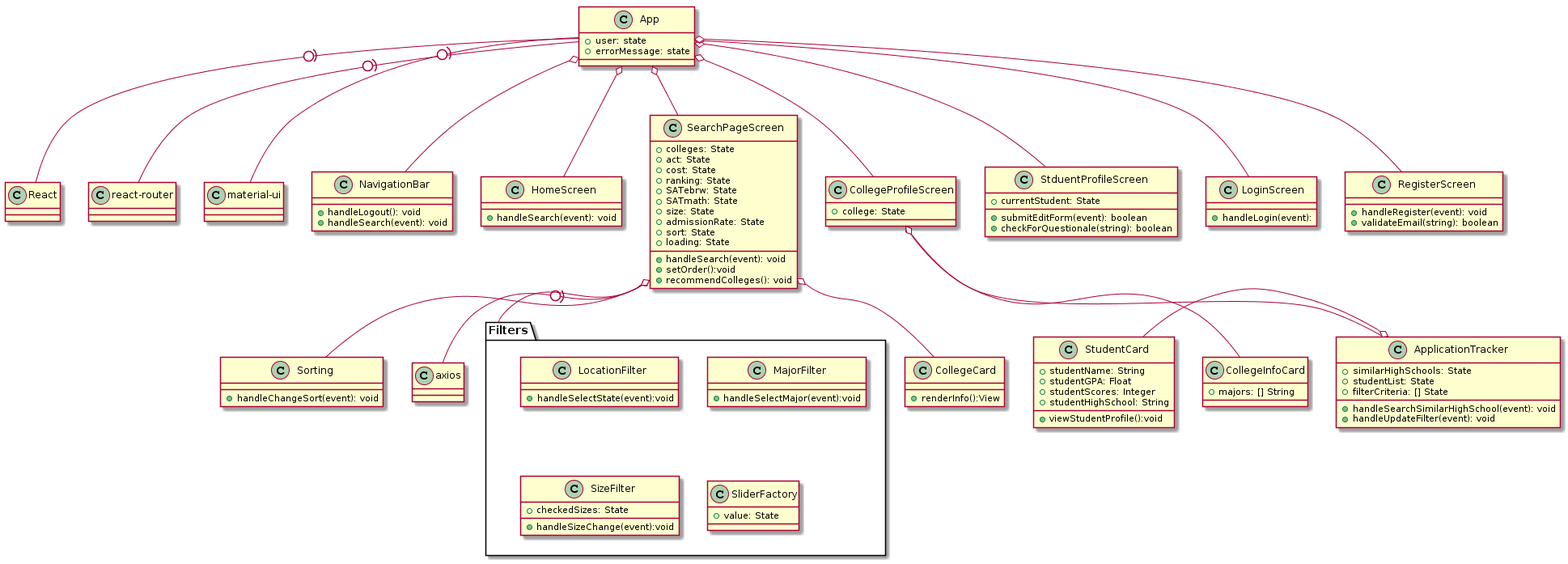
The PlantUML diagram design/fronend_class.png in Omarfos/CSE416, before a commit.
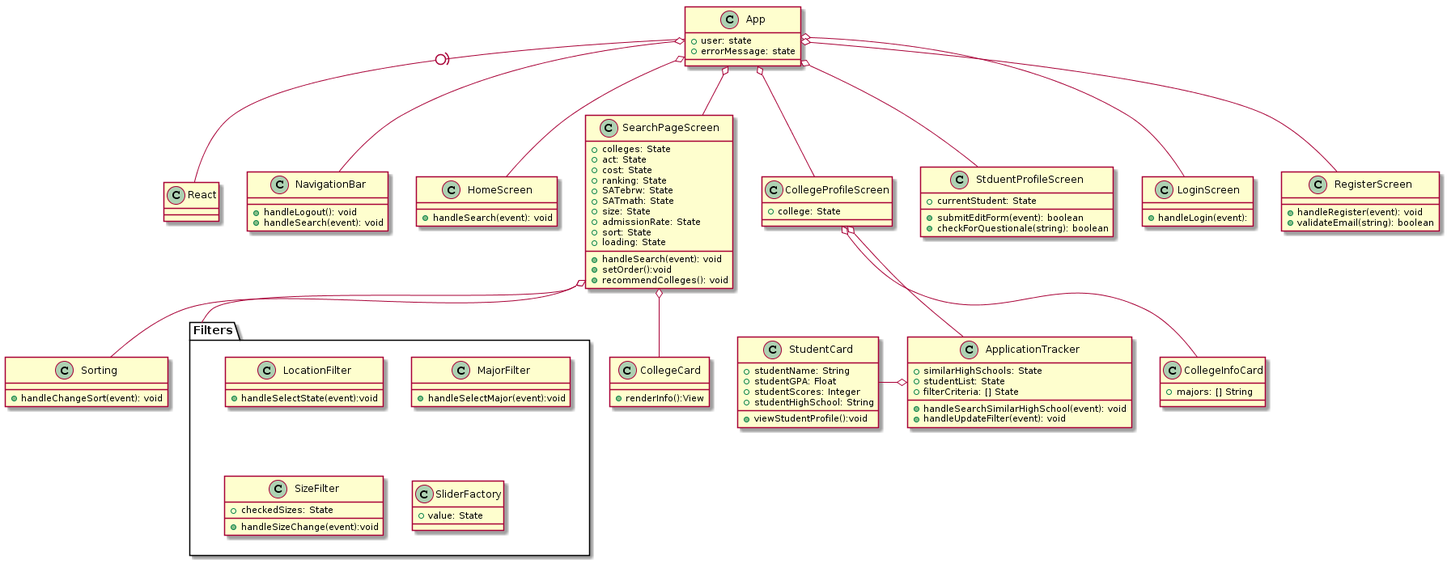
Above is the later version.

Commit message:
frontend class diagram

Diff of the diagram source:
```diff
@@ -7,8 +7,6 @@
 class "React"{
 }
 App -(0- "React"
-App -(0- "react-router"
-App -(0- "material-ui"
 
 
 class NavigationBar{
@@ -59,7 +57,6 @@
     }
 }
 
-SearchPageScreen -(0- "axios"
 SearchPageScreen o-- CollegeCard
 SearchPageScreen o-- Sorting
 SearchPageScreen o-- Filters
```
